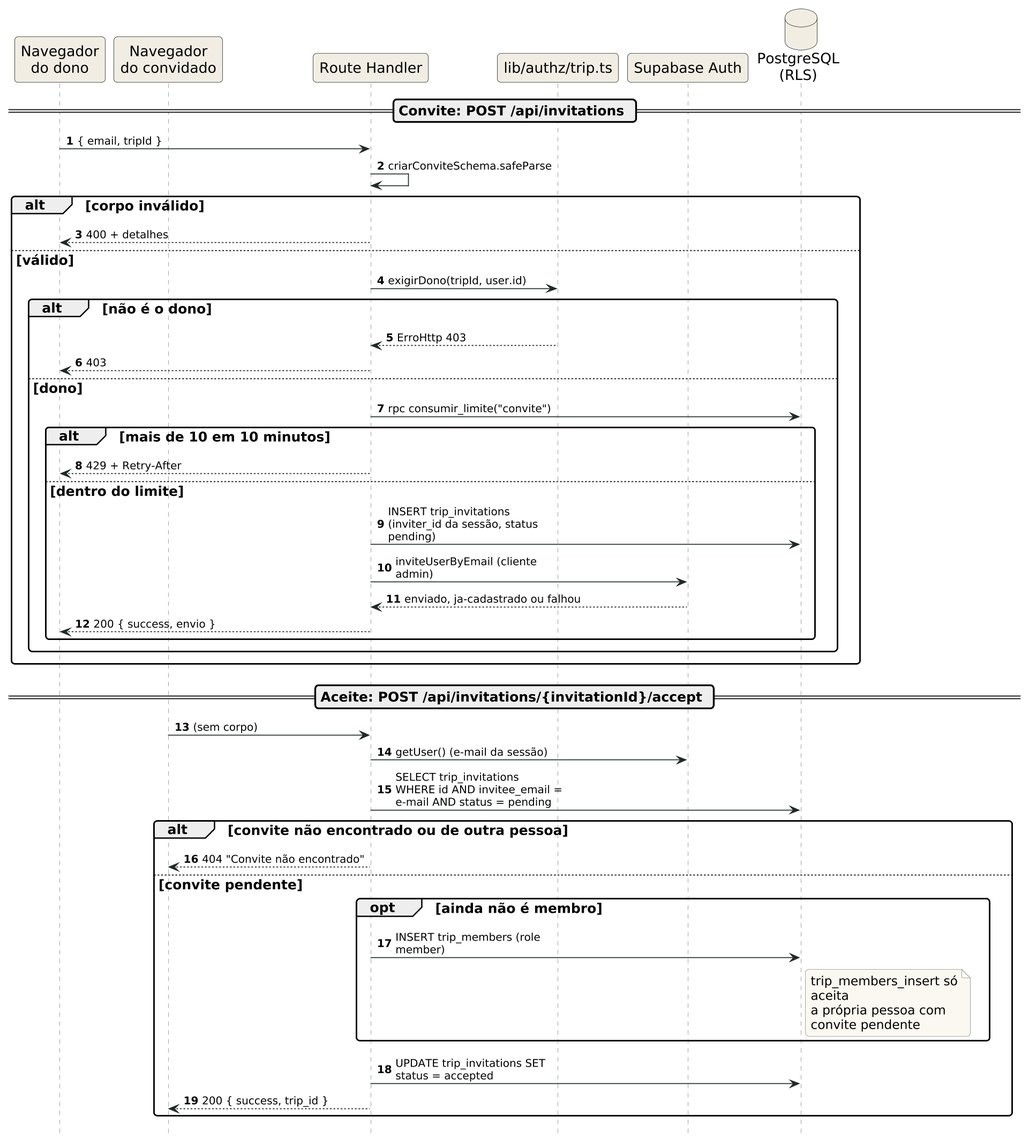
This is docs/pfc/diagramas/22-2-seq-convite.png from Fernando-Oli/viaja-mais, a PlantUML export, as it was before one commit.
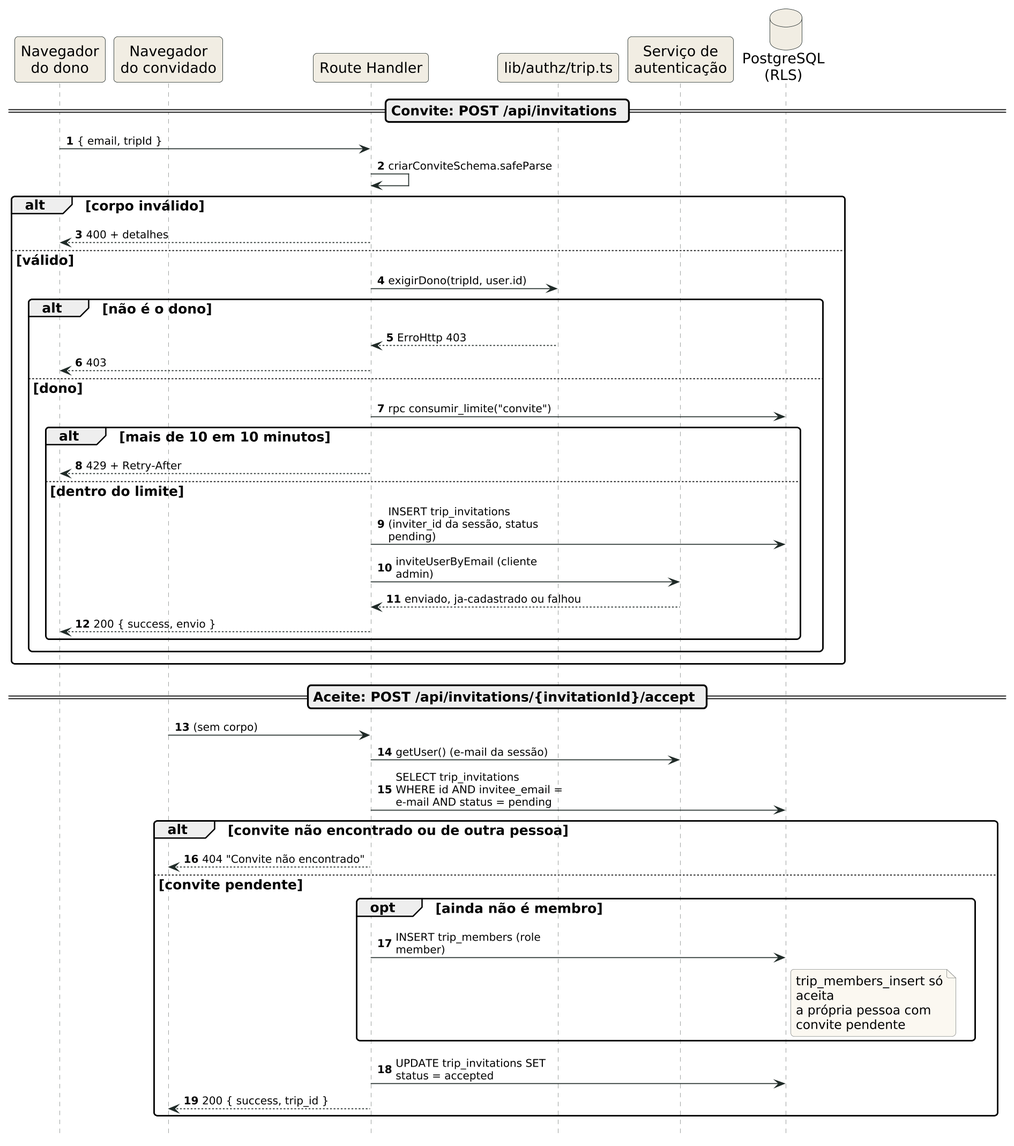
The same diagram one commit later.

Change to the diagram source:
```diff
@@ -8,7 +8,7 @@
 participant "Navegador\ndo convidado" as conv
 participant "Route Handler" as rota
 participant "lib/authz/trip.ts" as authz
-participant "Supabase Auth" as auth
+participant "Serviço de\nautenticação" as auth
 database "PostgreSQL\n(RLS)" as db
 
 == Convite: POST /api/invitations ==
```
